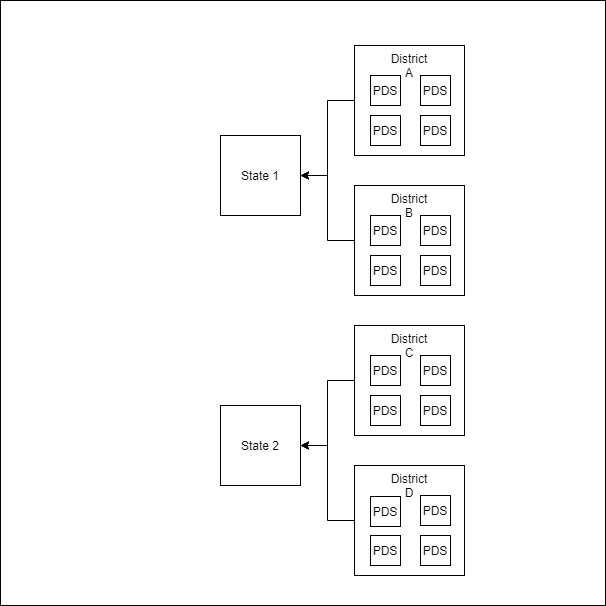
The draw.io diagram Architecture.png in gswain3316/pdsmanagement, before a commit. Source tidied: cells renumbered, new cells last; positions are measured from the earlier drawing's top-left corner, leaving out a move shared by most shapes.
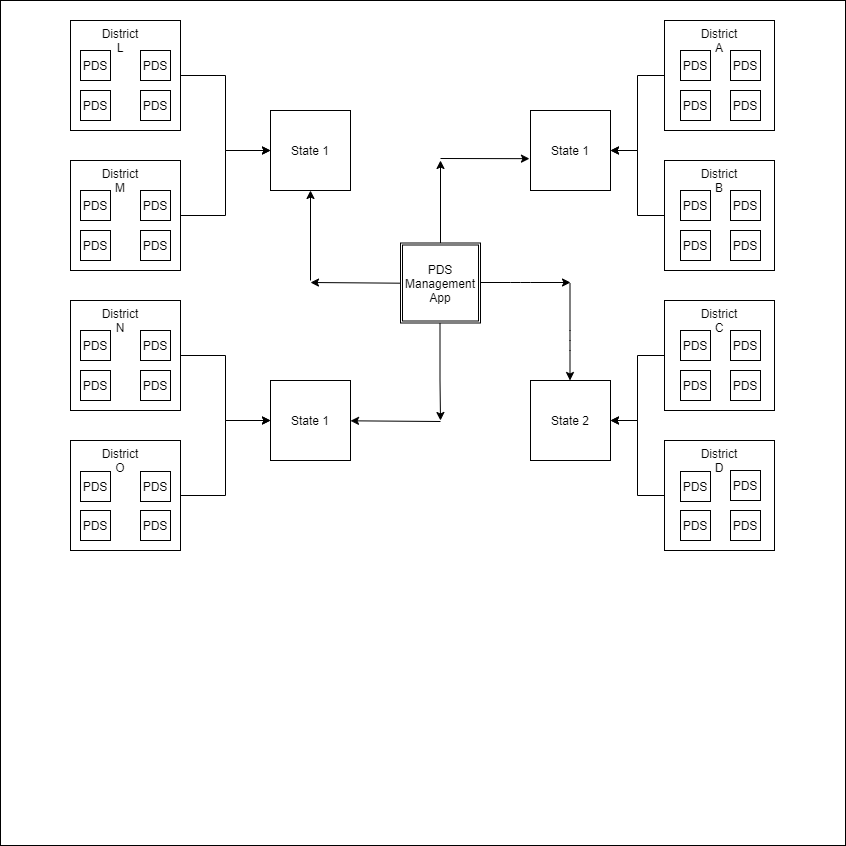
After the change.

Diff of the diagram source:
```diff
@@ -3,7 +3,7 @@
     <mxCell id="0" />
     <mxCell id="1" parent="0" />
     <mxCell id="2" style="whiteSpace=wrap;html=1;" parent="1" vertex="1">
-      <mxGeometry width="605" height="605" as="geometry" />
+      <mxGeometry x="-310" y="25" width="845" height="845" as="geometry" />
     </mxCell>
     <mxCell id="3" style="edgeStyle=orthogonalEdgeStyle;rounded=0;jettySize=auto;html=1;" parent="1" edge="1" source="4" target="15">
       <mxGeometry relative="1" as="geometry" />
@@ -95,5 +95,151 @@
     <mxCell id="32" value="District D" style="text;html=1;strokeColor=none;fillColor=none;align=center;verticalAlign=middle;whiteSpace=wrap;rounded=0;" parent="1" vertex="1">
       <mxGeometry x="389" y="475" width="40" height="20" as="geometry" />
     </mxCell>
+    <mxCell id="33" value="PDS Management App" style="shape=ext;double=1;whiteSpace=wrap;html=1;" parent="1" vertex="1">
+      <mxGeometry x="90" y="267.5" width="80" height="80" as="geometry" />
+    </mxCell>
+    <mxCell id="34" style="endArrow=classic;html=1;entryX=-0.013;entryY=0.602;entryDx=0;entryDy=0;entryPerimeter=0;" parent="1" edge="1" target="15">
+      <mxGeometry relative="1" as="geometry">
+        <mxPoint x="130" y="183" as="sourcePoint" />
+      </mxGeometry>
+    </mxCell>
+    <mxCell id="35" style="endArrow=classic;html=1;exitX=0.5;exitY=0;exitDx=0;exitDy=0;endFill=1;" parent="1" edge="1" source="33">
+      <mxGeometry relative="1" as="geometry">
+        <mxPoint x="130" y="185" as="targetPoint" />
+      </mxGeometry>
+    </mxCell>
+    <mxCell id="36" style="endArrow=classic;html=1;endFill=1;" parent="1" edge="1">
+      <mxGeometry relative="1" as="geometry">
+        <mxPoint x="259.5" y="308" as="sourcePoint" />
+        <mxPoint x="259.5" y="405" as="targetPoint" />
+        <Array as="points">
+          <mxPoint x="259.5" y="365" />
+        </Array>
+      </mxGeometry>
+    </mxCell>
+    <mxCell id="37" style="endArrow=classic;html=1;" parent="1" edge="1">
+      <mxGeometry relative="1" as="geometry">
+        <mxPoint x="170" y="307" as="sourcePoint" />
+        <mxPoint x="260" y="307" as="targetPoint" />
+        <Array as="points">
+          <mxPoint x="210" y="307" />
+        </Array>
+      </mxGeometry>
+    </mxCell>
+    <mxCell id="38" value="State 1" style="whiteSpace=wrap;html=1;" parent="1" vertex="1">
+      <mxGeometry x="-40" y="135" width="80" height="80" as="geometry" />
+    </mxCell>
+    <mxCell id="39" value="State 1" style="whiteSpace=wrap;html=1;" parent="1" vertex="1">
+      <mxGeometry x="-40" y="405" width="80" height="80" as="geometry" />
+    </mxCell>
+    <mxCell id="40" style="endArrow=classic;html=1;endFill=1;" parent="1" edge="1">
+      <mxGeometry relative="1" as="geometry">
+        <mxPoint x="129.5" y="347.5" as="sourcePoint" />
+        <mxPoint x="130" y="445" as="targetPoint" />
+        <Array as="points">
+          <mxPoint x="129.5" y="404.5" />
+        </Array>
+      </mxGeometry>
+    </mxCell>
+    <mxCell id="41" style="endArrow=classic;html=1;" parent="1" edge="1" target="39">
+      <mxGeometry relative="1" as="geometry">
+        <mxPoint x="130" y="446" as="sourcePoint" />
+      </mxGeometry>
+    </mxCell>
+    <mxCell id="42" style="endArrow=classic;html=1;" parent="1" edge="1">
+      <mxGeometry relative="1" as="geometry">
+        <mxPoint x="90" y="307.7" as="sourcePoint" />
+        <mxPoint y="307" as="targetPoint" />
+      </mxGeometry>
+    </mxCell>
+    <mxCell id="43" style="endArrow=classic;html=1;entryX=0.5;entryY=1;entryDx=0;entryDy=0;" parent="1" edge="1" target="38">
+      <mxGeometry relative="1" as="geometry">
+        <mxPoint y="305" as="sourcePoint" />
+      </mxGeometry>
+    </mxCell>
+    <mxCell id="44" style="edgeStyle=orthogonalEdgeStyle;rounded=0;jettySize=auto;html=1;endArrow=classic;endFill=1;" parent="1" edge="1" source="45" target="38">
+      <mxGeometry relative="1" as="geometry" />
+    </mxCell>
+    <mxCell id="45" style="whiteSpace=wrap;html=1;" parent="1" vertex="1">
+      <mxGeometry x="-240" y="45" width="110" height="110" as="geometry" />
+    </mxCell>
+    <mxCell id="46" style="edgeStyle=orthogonalEdgeStyle;rounded=0;jettySize=auto;html=1;endArrow=classic;endFill=1;" parent="1" edge="1" source="47" target="38">
+      <mxGeometry relative="1" as="geometry" />
+    </mxCell>
+    <mxCell id="47" style="whiteSpace=wrap;html=1;" parent="1" vertex="1">
+      <mxGeometry x="-240" y="185" width="110" height="110" as="geometry" />
+    </mxCell>
+    <mxCell id="48" style="edgeStyle=orthogonalEdgeStyle;rounded=0;jettySize=auto;html=1;endArrow=classic;endFill=1;" parent="1" edge="1" source="49" target="39">
+      <mxGeometry relative="1" as="geometry" />
+    </mxCell>
+    <mxCell id="49" style="whiteSpace=wrap;html=1;" parent="1" vertex="1">
+      <mxGeometry x="-240" y="325" width="110" height="110" as="geometry" />
+    </mxCell>
+    <mxCell id="50" style="edgeStyle=orthogonalEdgeStyle;rounded=0;jettySize=auto;html=1;endArrow=classic;endFill=1;" parent="1" edge="1" source="51" target="39">
+      <mxGeometry relative="1" as="geometry" />
+    </mxCell>
+    <mxCell id="51" style="whiteSpace=wrap;html=1;" parent="1" vertex="1">
+      <mxGeometry x="-240" y="465" width="110" height="110" as="geometry" />
+    </mxCell>
+    <mxCell id="52" value="PDS" style="whiteSpace=wrap;html=1;" parent="1" vertex="1">
+      <mxGeometry x="-230" y="75" width="30" height="30" as="geometry" />
+    </mxCell>
+    <mxCell id="53" value="PDS" style="whiteSpace=wrap;html=1;" parent="1" vertex="1">
+      <mxGeometry x="-170" y="75" width="30" height="30" as="geometry" />
+    </mxCell>
+    <mxCell id="54" value="PDS" style="whiteSpace=wrap;html=1;" parent="1" vertex="1">
+      <mxGeometry x="-230" y="115" width="30" height="30" as="geometry" />
+    </mxCell>
+    <mxCell id="55" value="PDS" style="whiteSpace=wrap;html=1;" parent="1" vertex="1">
+      <mxGeometry x="-170" y="115" width="30" height="30" as="geometry" />
+    </mxCell>
+    <mxCell id="56" value="PDS" style="whiteSpace=wrap;html=1;" parent="1" vertex="1">
+      <mxGeometry x="-230" y="215" width="30" height="30" as="geometry" />
+    </mxCell>
+    <mxCell id="57" value="PDS" style="whiteSpace=wrap;html=1;" parent="1" vertex="1">
+      <mxGeometry x="-170" y="215" width="30" height="30" as="geometry" />
+    </mxCell>
+    <mxCell id="58" value="PDS" style="whiteSpace=wrap;html=1;" parent="1" vertex="1">
+      <mxGeometry x="-230" y="255" width="30" height="30" as="geometry" />
+    </mxCell>
+    <mxCell id="59" value="PDS" style="whiteSpace=wrap;html=1;" parent="1" vertex="1">
+      <mxGeometry x="-170" y="255" width="30" height="30" as="geometry" />
+    </mxCell>
+    <mxCell id="60" value="PDS" style="whiteSpace=wrap;html=1;" parent="1" vertex="1">
+      <mxGeometry x="-230" y="355" width="30" height="30" as="geometry" />
+    </mxCell>
+    <mxCell id="61" value="PDS" style="whiteSpace=wrap;html=1;" parent="1" vertex="1">
+      <mxGeometry x="-170" y="355" width="30" height="30" as="geometry" />
+    </mxCell>
+    <mxCell id="62" value="PDS" style="whiteSpace=wrap;html=1;" parent="1" vertex="1">
+      <mxGeometry x="-230" y="395" width="30" height="30" as="geometry" />
+    </mxCell>
+    <mxCell id="63" value="PDS" style="whiteSpace=wrap;html=1;" parent="1" vertex="1">
+      <mxGeometry x="-170" y="395" width="30" height="30" as="geometry" />
+    </mxCell>
+    <mxCell id="64" value="PDS" style="whiteSpace=wrap;html=1;" parent="1" vertex="1">
+      <mxGeometry x="-230" y="496" width="30" height="30" as="geometry" />
+    </mxCell>
+    <mxCell id="65" value="PDS" style="whiteSpace=wrap;html=1;" parent="1" vertex="1">
+      <mxGeometry x="-170" y="496" width="30" height="30" as="geometry" />
+    </mxCell>
+    <mxCell id="66" value="PDS" style="whiteSpace=wrap;html=1;" parent="1" vertex="1">
+      <mxGeometry x="-230" y="535" width="30" height="30" as="geometry" />
+    </mxCell>
+    <mxCell id="67" value="PDS" style="whiteSpace=wrap;html=1;" parent="1" vertex="1">
+      <mxGeometry x="-170" y="535" width="30" height="30" as="geometry" />
+    </mxCell>
+    <mxCell id="68" value="District L" style="text;html=1;strokeColor=none;fillColor=none;align=center;verticalAlign=middle;whiteSpace=wrap;rounded=0;" parent="1" vertex="1">
+      <mxGeometry x="-210" y="55" width="40" height="20" as="geometry" />
+    </mxCell>
+    <mxCell id="69" value="District M" style="text;html=1;strokeColor=none;fillColor=none;align=center;verticalAlign=middle;whiteSpace=wrap;rounded=0;" parent="1" vertex="1">
+      <mxGeometry x="-210" y="195" width="40" height="20" as="geometry" />
+    </mxCell>
+    <mxCell id="70" value="District N" style="text;html=1;strokeColor=none;fillColor=none;align=center;verticalAlign=middle;whiteSpace=wrap;rounded=0;" parent="1" vertex="1">
+      <mxGeometry x="-210" y="335" width="40" height="20" as="geometry" />
+    </mxCell>
+    <mxCell id="71" value="District O" style="text;html=1;strokeColor=none;fillColor=none;align=center;verticalAlign=middle;whiteSpace=wrap;rounded=0;" parent="1" vertex="1">
+      <mxGeometry x="-210" y="475" width="40" height="20" as="geometry" />
+    </mxCell>
   </root>
 </mxGraphModel>
```
